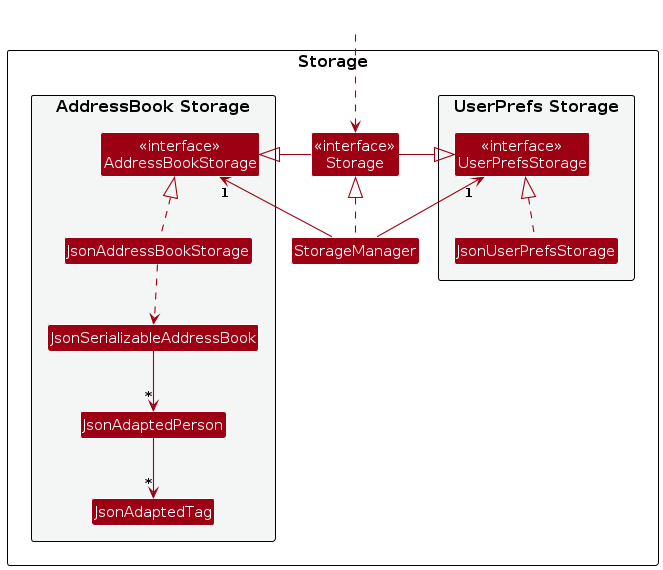
Earlier version of the PlantUML export diagrams/StorageClassDiagram.png (AY2526S2-CS2103T-T15-1/tp). Its source is kept beside it as diagrams/StorageClassDiagram.puml.
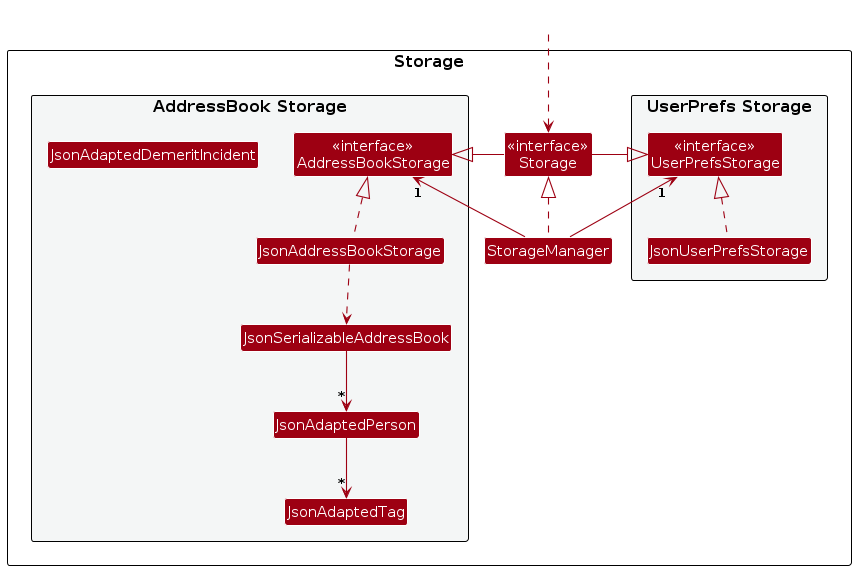
Above is the later version.

Diff of the diagram source:
```diff
@@ -20,6 +20,7 @@
 Class JsonSerializableAddressBook
 Class JsonAdaptedPerson
 Class JsonAdaptedTag
+Class JsonAdaptedDemeritIncident
 }
 
 }
```
